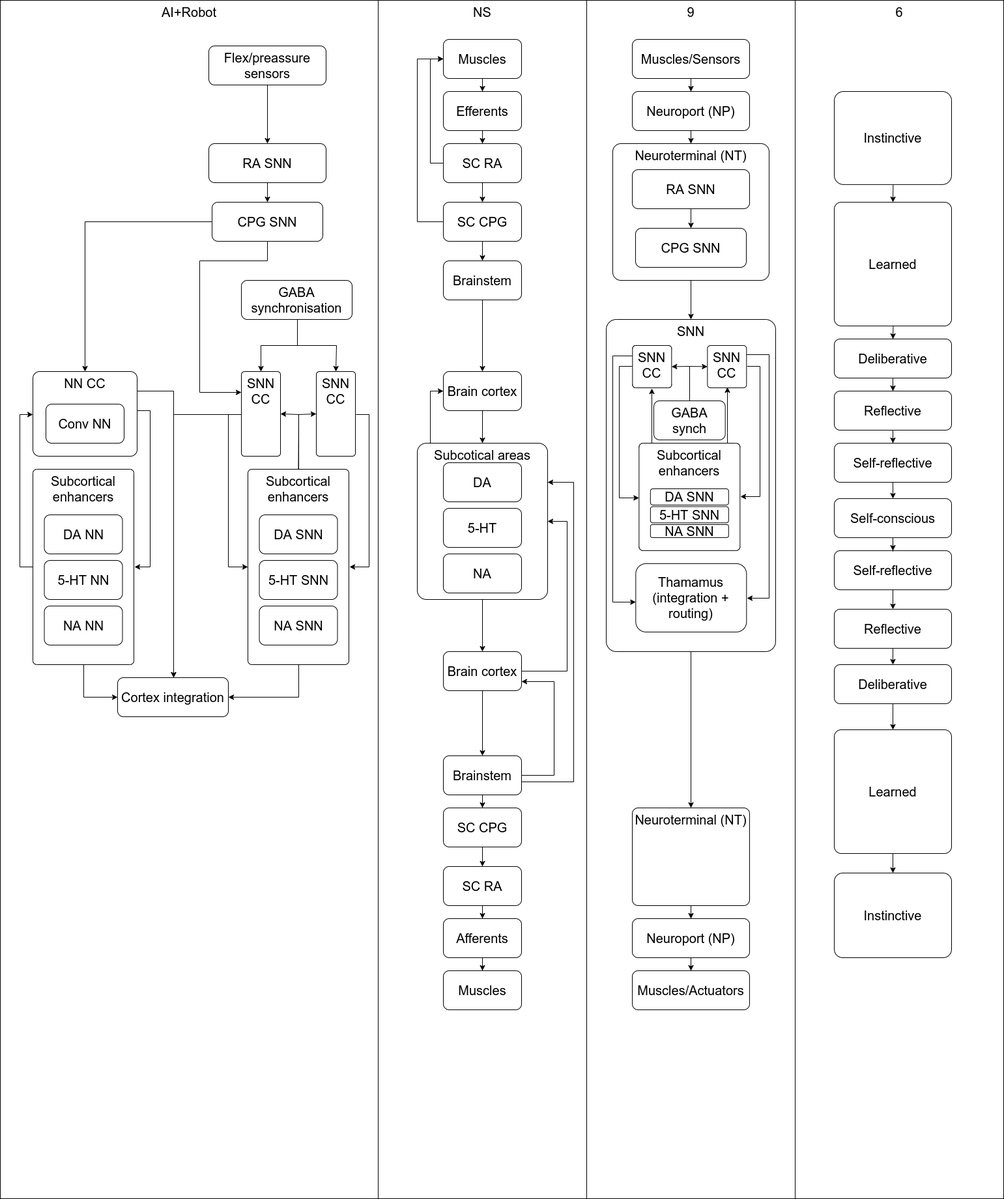
research-team/memristive-spinal-cord keeps this draw.io diagram as doc/diagram/9_mapping_neural_correlate_AI.png. Above is the earlier version. Source tidied: cells renumbered, new cells last; positions are measured from the earlier drawing's top-left corner, leaving out a move shared by most shapes.
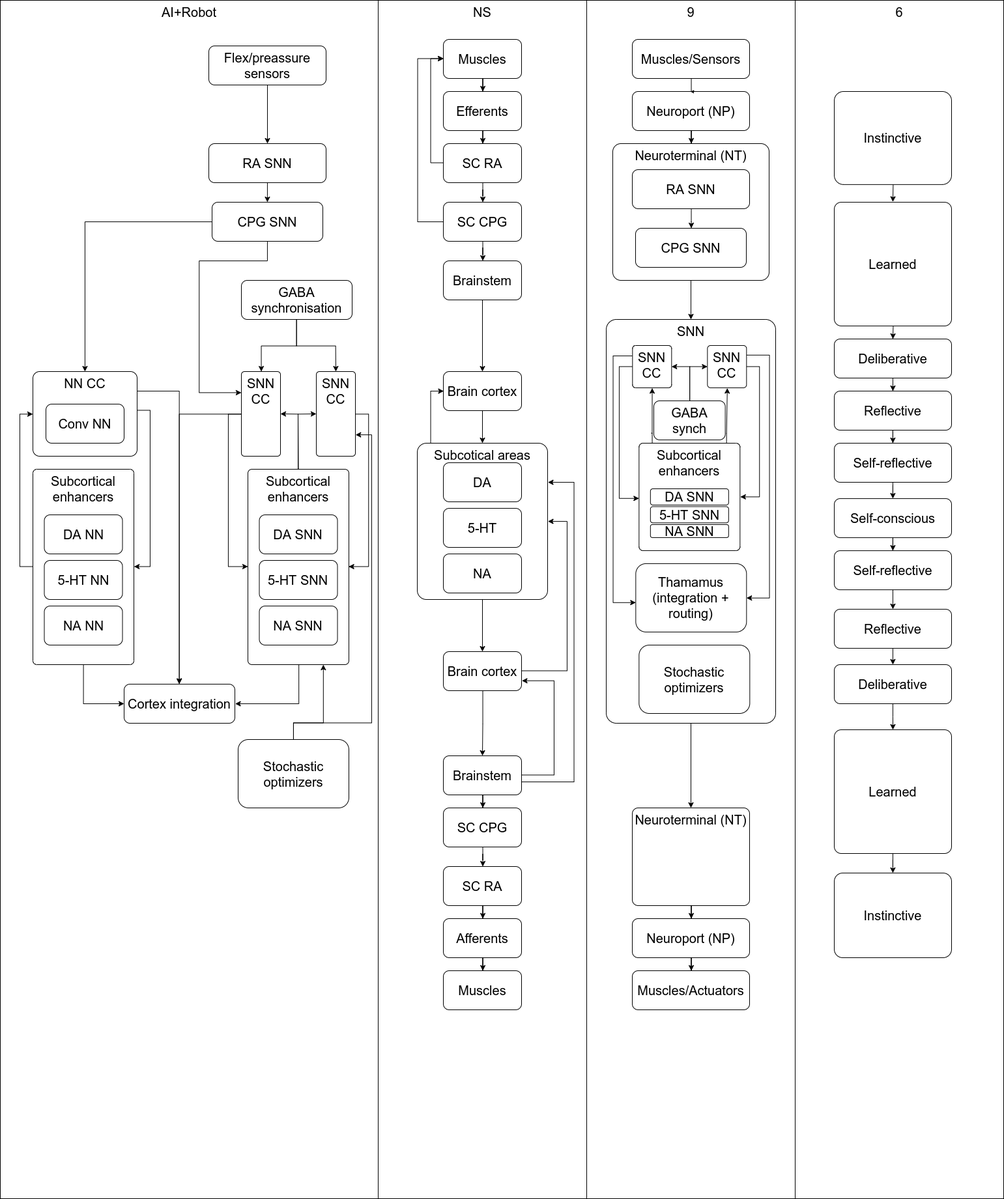
The same file after the commit.

Commit message:
9 mapping added stochastic optimizers

The edit, as a diff of the source:
```diff
@@ -184,7 +184,7 @@
     <mxCell id="49" style="edgeStyle=orthogonalEdgeStyle;rounded=0;jettySize=auto;html=1;entryX=0.5;entryY=0;entryDx=0;entryDy=0;fontSize=20;" parent="6" edge="1" source="50" target="76">
       <mxGeometry relative="1" as="geometry">
         <Array as="points">
-          <mxPoint x="265" y="600" />
+          <mxPoint x="275" y="600" />
         </Array>
       </mxGeometry>
     </mxCell>
@@ -226,7 +226,7 @@
     <mxCell id="60" style="edgeStyle=orthogonalEdgeStyle;rounded=0;jettySize=auto;html=1;entryX=1;entryY=0.5;entryDx=0;entryDy=0;fontSize=20;" parent="6" edge="1" source="61" target="76">
       <mxGeometry relative="1" as="geometry">
         <Array as="points">
-          <mxPoint x="458" y="1070" />
+          <mxPoint x="458" y="1080" />
         </Array>
       </mxGeometry>
     </mxCell>
@@ -287,7 +287,7 @@
       <mxGeometry x="325" y="310" width="170" height="60" as="geometry" />
     </mxCell>
     <mxCell id="76" value="Cortex integration" style="rounded=1;whiteSpace=wrap;html=1;fontSize=20;" parent="6" vertex="1">
-      <mxGeometry x="180" y="1040" width="170" height="60" as="geometry" />
+      <mxGeometry x="190" y="1050" width="170" height="60" as="geometry" />
     </mxCell>
     <mxCell id="77" value="RA SNN" style="rounded=1;whiteSpace=wrap;html=1;fontSize=20;" parent="6" vertex="1">
       <mxGeometry x="320" y="220" width="180" height="60" as="geometry" />
@@ -385,7 +385,7 @@
       <mxGeometry relative="1" as="geometry" />
     </mxCell>
     <mxCell id="107" value="SNN" style="rounded=1;whiteSpace=wrap;html=1;fontSize=20;arcSize=6;verticalAlign=top;" parent="6" vertex="1">
-      <mxGeometry x="930" y="490" width="260" height="510" as="geometry" />
+      <mxGeometry x="930" y="490" width="260" height="620" as="geometry" />
     </mxCell>
     <mxCell id="108" style="edgeStyle=orthogonalEdgeStyle;rounded=0;jettySize=auto;html=1;fontSize=20;" parent="6" edge="1" source="124" target="122">
       <mxGeometry relative="1" as="geometry" />
@@ -476,5 +476,28 @@
         </Array>
       </mxGeometry>
     </mxCell>
+    <mxCell id="127" value="Stochastic optimizers" style="rounded=1;whiteSpace=wrap;html=1;fontSize=20;" parent="6" vertex="1">
+      <mxGeometry x="980.3" y="990" width="170" height="105" as="geometry" />
+    </mxCell>
+    <mxCell id="128" style="edgeStyle=orthogonalEdgeStyle;rounded=0;jettySize=auto;html=1;entryX=0.75;entryY=1;entryDx=0;entryDy=0;" parent="6" edge="1" source="130" target="61">
+      <mxGeometry relative="1" as="geometry">
+        <Array as="points">
+          <mxPoint x="450" y="1109" />
+          <mxPoint x="496" y="1109" />
+        </Array>
+      </mxGeometry>
+    </mxCell>
+    <mxCell id="129" style="edgeStyle=orthogonalEdgeStyle;rounded=0;jettySize=auto;html=1;entryX=1;entryY=0.75;entryDx=0;entryDy=0;" parent="6" edge="1" source="130" target="71">
+      <mxGeometry relative="1" as="geometry">
+        <Array as="points">
+          <mxPoint x="450" y="1109" />
+          <mxPoint x="570" y="1109" />
+          <mxPoint x="570" y="667" />
+        </Array>
+      </mxGeometry>
+    </mxCell>
+    <mxCell id="130" value="Stochastic optimizers" style="rounded=1;whiteSpace=wrap;html=1;fontSize=20;" parent="6" vertex="1">
+      <mxGeometry x="365" y="1135" width="170" height="105" as="geometry" />
+    </mxCell>
   </root>
 </mxGraphModel>
```
